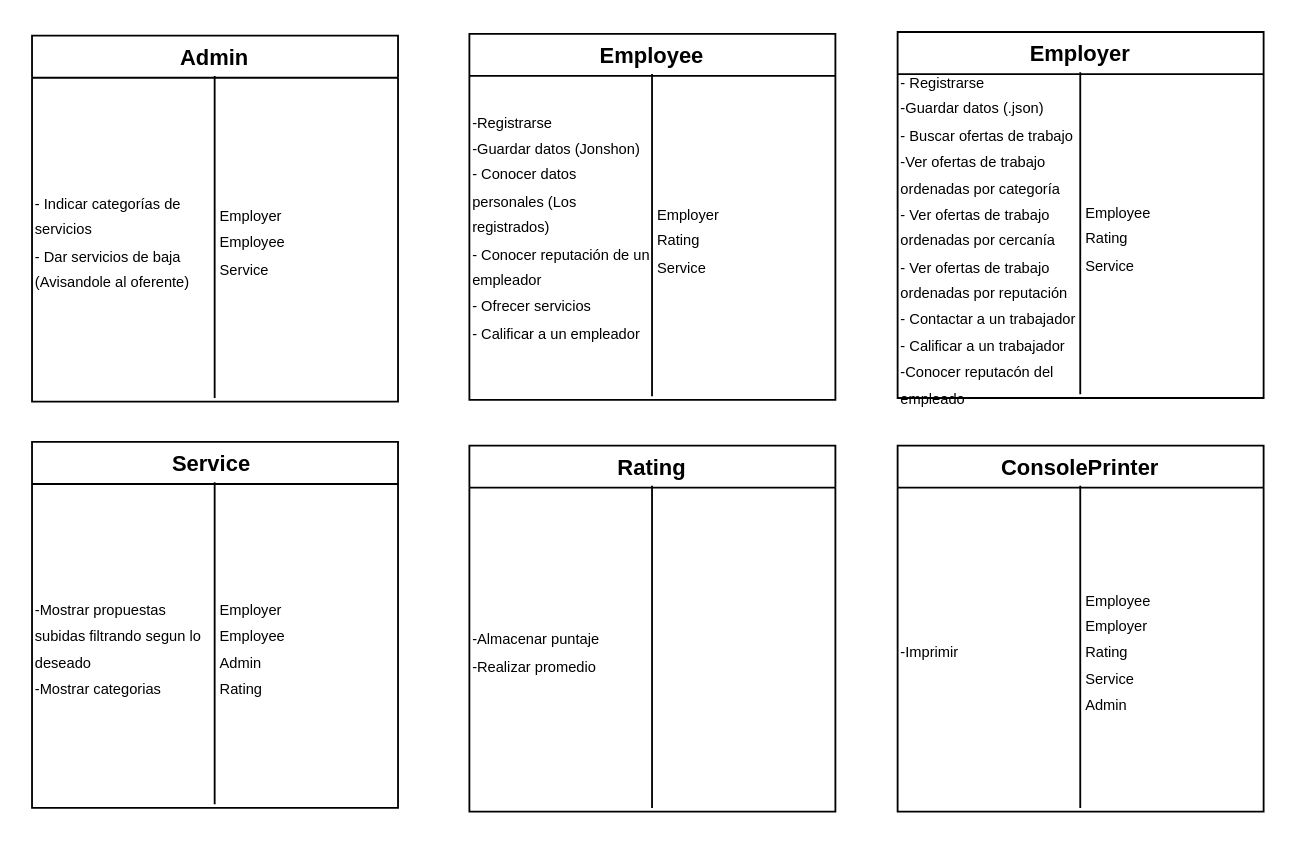
charlis96/Proyecto_Chatbot keeps this draw.io diagram as Tarjetas CRC.drawio. Above is the earlier version. Source tidied: cells renumbered, new cells numbered last; positions are measured from the earlier drawing's top-left corner, leaving out a move shared by most shapes. Both pictures are drawn from the tidied source at 183%, with x=0, y=0 at pixel (31, 31).
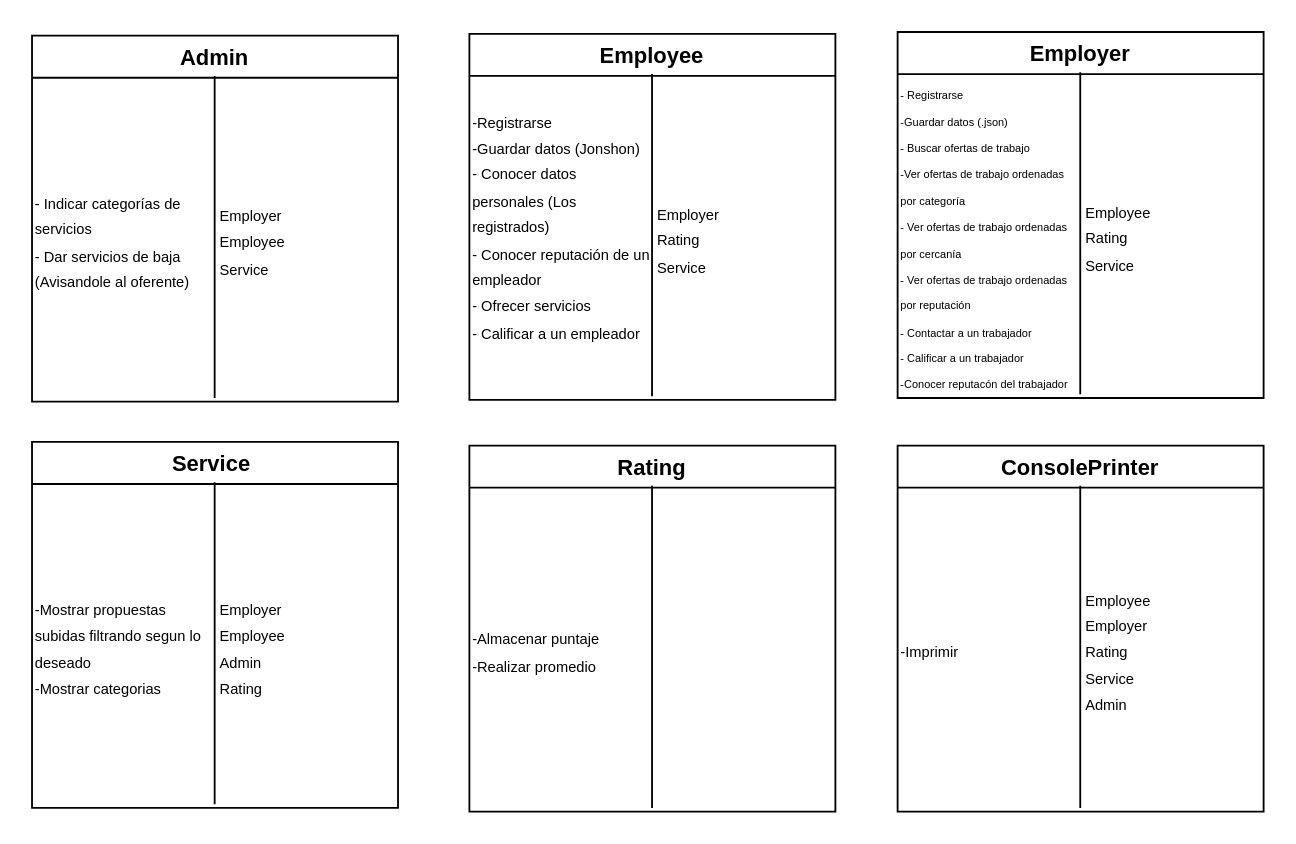
The same page after the edit.

The change refers to these unchanged cells:
```xml
<mxCell id="10" value="Employer" style="swimlane;" parent="1" vertex="1">
  <mxGeometry x="473" width="200" height="200" as="geometry" />
</mxCell>
```

Change to the diagram source:
```diff
@@
-    <mxCell id="12" value="&lt;span style=&quot;font-size: 8px&quot;&gt;- Registrarse&lt;br&gt;-&lt;/span&gt;&lt;span style=&quot;font-size: 8px&quot;&gt;Guardar datos (.json)&lt;/span&gt;&lt;span style=&quot;font-size: 8px&quot;&gt;&lt;br&gt;- Buscar ofertas de trabajo&lt;br&gt;&lt;/span&gt;&lt;span style=&quot;font-size: 8px&quot;&gt;-Ver ofertas de trabajo ordenadas por categoría&lt;/span&gt;&lt;br style=&quot;font-size: 8px&quot;&gt;&lt;span style=&quot;font-size: 8px&quot;&gt;- Ver ofertas de trabajo ordenadas por cercanía&lt;br&gt;-&lt;/span&gt;&lt;span style=&quot;font-size: 8px&quot;&gt;&amp;nbsp;Ver ofertas de trabajo ordenadas por reputación&lt;br&gt;&lt;/span&gt;&lt;span style=&quot;font-size: 8px&quot;&gt;- Contactar a un trabajador&lt;br&gt;- Calificar a un trabajador&lt;br&gt;-Conocer reputacón del empleado&lt;br&gt;&lt;/span&gt;" style="text;html=1;strokeColor=none;fillColor=none;align=left;verticalAlign=middle;whiteSpace=wrap;rounded=0;" parent="10" vertex="1">
-      <mxGeometry y="34" width="99" height="157" as="geometry" />
+    <mxCell id="12" value="&lt;font style=&quot;font-size: 6px&quot;&gt;- Registrarse&lt;br&gt;-Guardar datos (.json)&lt;br&gt;- Buscar ofertas de trabajo&lt;br&gt;-Ver ofertas de trabajo ordenadas por categoría&lt;br&gt;- Ver ofertas de trabajo ordenadas por cercanía&lt;br&gt;-&amp;nbsp;Ver ofertas de trabajo ordenadas por reputación&lt;br&gt;- Contactar a un trabajador&lt;br&gt;- Calificar a un trabajador&lt;br&gt;-Conocer reputacón del trabajador&lt;/font&gt;" style="text;html=1;strokeColor=none;fillColor=none;align=left;verticalAlign=middle;whiteSpace=wrap;rounded=0;" parent="10" vertex="1">
+      <mxGeometry y="24" width="99" height="176" as="geometry" />
     </mxCell>
```
